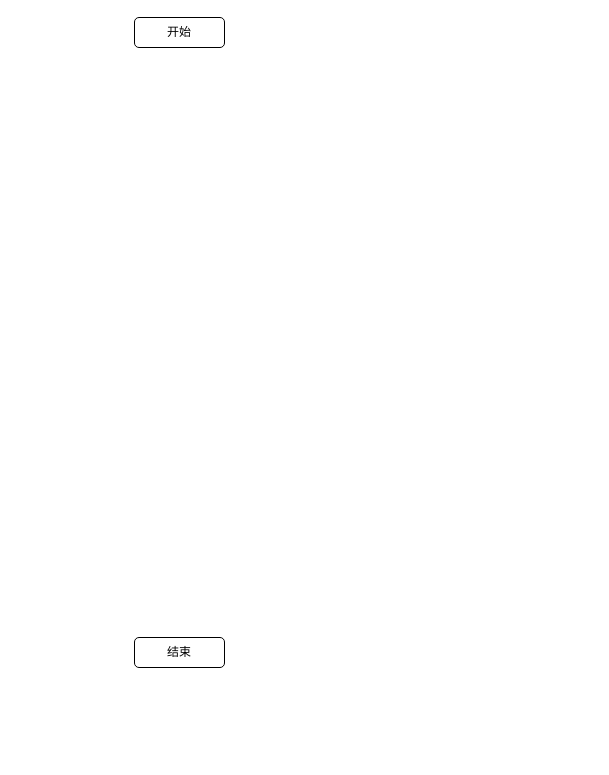
Above: page "重定位统计" (17 of 17) of localization.drawio in lyfa007/picgo (draw.io), before the change. Source tidied: cells renumbered, new cells numbered last; positions are measured from the earlier drawing's top-left corner, leaving out a move shared by most shapes. Both pictures are drawn from the tidied source at 100%, with x=0, y=0 at pixel (134, 17).
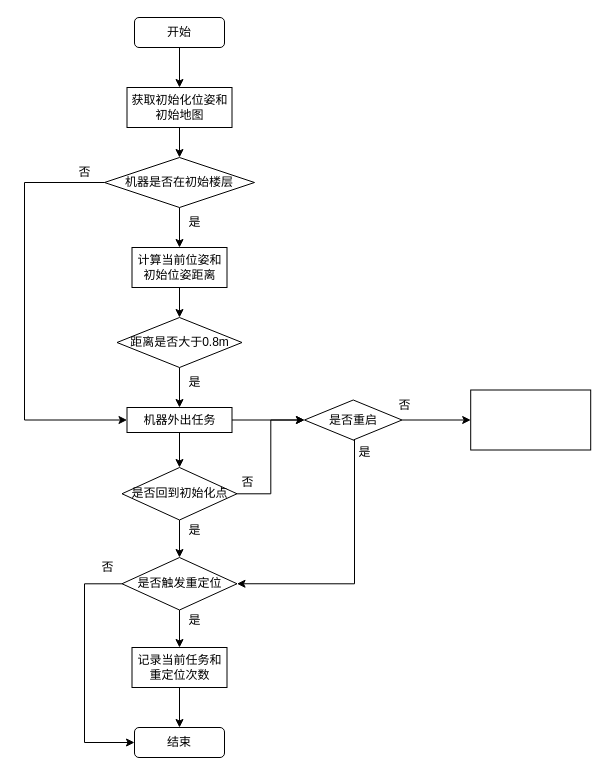
The same diagram, later.

The change refers to these unchanged cells:
```xml
<mxCell id="2" value="开始" style="rounded=1;whiteSpace=wrap;html=1;" parent="1" vertex="1">
  <mxGeometry width="90" height="30" as="geometry" />
</mxCell>
```

What changed in the source:
```diff
@@
+    <mxCell id="4" style="edgeStyle=orthogonalEdgeStyle;rounded=0;jettySize=auto;html=1;" parent="1" edge="1" source="2" target="6">
+      <mxGeometry relative="1" as="geometry" />
+    </mxCell>
@@
     <mxCell id="3" value="结束" style="rounded=1;whiteSpace=wrap;html=1;" parent="1" vertex="1">
-      <mxGeometry y="620" width="90" height="30" as="geometry" />
+      <mxGeometry y="710" width="90" height="30" as="geometry" />
     </mxCell>
+    <mxCell id="5" style="edgeStyle=orthogonalEdgeStyle;rounded=0;jettySize=auto;html=1;" parent="1" edge="1" source="6" target="9">
+      <mxGeometry relative="1" as="geometry" />
+    </mxCell>
+    <mxCell id="6" value="获取初始化位姿和初始地图" style="whiteSpace=wrap;html=1;rounded=0;" parent="1" vertex="1">
+      <mxGeometry x="-7.5" y="70" width="105" height="40" as="geometry" />
+    </mxCell>
+    <mxCell id="7" style="edgeStyle=orthogonalEdgeStyle;rounded=0;jettySize=auto;html=1;" parent="1" edge="1" source="9" target="11">
+      <mxGeometry relative="1" as="geometry" />
+    </mxCell>
+    <mxCell id="8" style="edgeStyle=orthogonalEdgeStyle;rounded=0;jettySize=auto;html=1;entryX=0;entryY=0.5;entryDx=0;entryDy=0;" parent="1" edge="1" source="9" target="17">
+      <mxGeometry relative="1" as="geometry">
+        <Array as="points">
+          <mxPoint x="-110" y="165" />
+          <mxPoint x="-110" y="403" />
+        </Array>
+      </mxGeometry>
+    </mxCell>
+    <mxCell id="9" value="机器是否在初始楼层" style="rhombus;whiteSpace=wrap;html=1;rounded=0;" parent="1" vertex="1">
+      <mxGeometry x="-30" y="140" width="150" height="50" as="geometry" />
+    </mxCell>
+    <mxCell id="10" style="edgeStyle=orthogonalEdgeStyle;rounded=0;jettySize=auto;html=1;" parent="1" edge="1" source="11" target="13">
+      <mxGeometry relative="1" as="geometry" />
+    </mxCell>
+    <mxCell id="11" value="计算当前位姿和初始位姿距离" style="whiteSpace=wrap;html=1;rounded=0;" parent="1" vertex="1">
+      <mxGeometry x="-2.5" y="230" width="95" height="40" as="geometry" />
+    </mxCell>
+    <mxCell id="12" style="edgeStyle=orthogonalEdgeStyle;rounded=0;jettySize=auto;html=1;" parent="1" edge="1" source="13" target="17">
+      <mxGeometry relative="1" as="geometry" />
+    </mxCell>
+    <mxCell id="13" value="距离是否大于0.8m" style="rhombus;whiteSpace=wrap;html=1;rounded=0;" parent="1" vertex="1">
+      <mxGeometry x="-17.5" y="300" width="125" height="50" as="geometry" />
+    </mxCell>
+    <mxCell id="14" value="是" style="text;html=1;align=center;verticalAlign=middle;strokeColor=none;fillColor=none;" parent="1" vertex="1">
+      <mxGeometry x="40" y="190" width="40" height="30" as="geometry" />
+    </mxCell>
+    <mxCell id="15" style="edgeStyle=orthogonalEdgeStyle;rounded=0;jettySize=auto;html=1;" parent="1" edge="1" source="17" target="27">
+      <mxGeometry relative="1" as="geometry" />
+    </mxCell>
+    <mxCell id="16" style="edgeStyle=orthogonalEdgeStyle;rounded=0;jettySize=auto;html=1;" parent="1" edge="1" source="17" target="33">
+      <mxGeometry relative="1" as="geometry" />
+    </mxCell>
+    <mxCell id="17" value="机器外出任务" style="whiteSpace=wrap;html=1;rounded=0;" parent="1" vertex="1">
+      <mxGeometry x="-7.5" y="390" width="105" height="25" as="geometry" />
+    </mxCell>
+    <mxCell id="18" value="是" style="text;html=1;align=center;verticalAlign=middle;strokeColor=none;fillColor=none;" parent="1" vertex="1">
+      <mxGeometry x="40" y="350" width="40" height="30" as="geometry" />
+    </mxCell>
+    <mxCell id="19" value="否" style="text;html=1;align=center;verticalAlign=middle;strokeColor=none;fillColor=none;" parent="1" vertex="1">
+      <mxGeometry x="-70" y="140" width="40" height="30" as="geometry" />
+    </mxCell>
+    <mxCell id="20" style="edgeStyle=orthogonalEdgeStyle;rounded=0;jettySize=auto;html=1;" parent="1" edge="1" source="22" target="24">
+      <mxGeometry relative="1" as="geometry" />
+    </mxCell>
+    <mxCell id="21" style="edgeStyle=orthogonalEdgeStyle;rounded=0;jettySize=auto;html=1;entryX=0;entryY=0.5;entryDx=0;entryDy=0;" parent="1" edge="1" source="22" target="3">
+      <mxGeometry relative="1" as="geometry">
+        <Array as="points">
+          <mxPoint x="-50" y="566" />
+          <mxPoint x="-50" y="725" />
+        </Array>
+      </mxGeometry>
+    </mxCell>
+    <mxCell id="22" value="是否触发重定位" style="rhombus;whiteSpace=wrap;html=1;rounded=0;" parent="1" vertex="1">
+      <mxGeometry x="-12.5" y="540" width="115" height="52.5" as="geometry" />
+    </mxCell>
+    <mxCell id="23" style="edgeStyle=orthogonalEdgeStyle;rounded=0;jettySize=auto;html=1;" parent="1" edge="1" source="24" target="3">
+      <mxGeometry relative="1" as="geometry" />
+    </mxCell>
+    <mxCell id="24" value="记录当前任务和重定位次数" style="whiteSpace=wrap;html=1;rounded=0;" parent="1" vertex="1">
+      <mxGeometry x="-2.5" y="630" width="95" height="40" as="geometry" />
+    </mxCell>
+    <mxCell id="25" style="edgeStyle=orthogonalEdgeStyle;rounded=0;jettySize=auto;html=1;" parent="1" edge="1" source="27" target="22">
+      <mxGeometry relative="1" as="geometry" />
+    </mxCell>
+    <mxCell id="26" style="edgeStyle=orthogonalEdgeStyle;rounded=0;jettySize=auto;html=1;entryX=0;entryY=0.5;entryDx=0;entryDy=0;" parent="1" edge="1" source="27" target="33">
+      <mxGeometry relative="1" as="geometry" />
+    </mxCell>
+    <mxCell id="27" value="是否回到初始化点" style="rhombus;whiteSpace=wrap;html=1;rounded=0;" parent="1" vertex="1">
+      <mxGeometry x="-12.5" y="450" width="115" height="52.5" as="geometry" />
+    </mxCell>
+    <mxCell id="28" value="是" style="text;html=1;align=center;verticalAlign=middle;strokeColor=none;fillColor=none;" parent="1" vertex="1">
+      <mxGeometry x="40" y="498" width="40" height="30" as="geometry" />
+    </mxCell>
+    <mxCell id="29" value="是" style="text;html=1;align=center;verticalAlign=middle;strokeColor=none;fillColor=none;" parent="1" vertex="1">
+      <mxGeometry x="40" y="588" width="40" height="30" as="geometry" />
+    </mxCell>
+    <mxCell id="30" value="否" style="text;html=1;align=center;verticalAlign=middle;strokeColor=none;fillColor=none;" parent="1" vertex="1">
+      <mxGeometry x="-47.5" y="535" width="40" height="30" as="geometry" />
+    </mxCell>
+    <mxCell id="31" style="edgeStyle=orthogonalEdgeStyle;rounded=0;jettySize=auto;html=1;entryX=1;entryY=0.5;entryDx=0;entryDy=0;exitX=0.5;exitY=1;exitDx=0;exitDy=0;" parent="1" edge="1" source="33" target="22">
+      <mxGeometry relative="1" as="geometry">
+        <Array as="points">
+          <mxPoint x="220" y="423" />
+          <mxPoint x="220" y="566" />
+        </Array>
+      </mxGeometry>
+    </mxCell>
+    <mxCell id="32" style="edgeStyle=orthogonalEdgeStyle;rounded=0;jettySize=auto;html=1;" parent="1" edge="1" source="33" target="36">
+      <mxGeometry relative="1" as="geometry" />
+    </mxCell>
+    <mxCell id="33" value="是否重启" style="rhombus;whiteSpace=wrap;html=1;rounded=0;" parent="1" vertex="1">
+      <mxGeometry x="170" y="382.5" width="97.5" height="40" as="geometry" />
+    </mxCell>
+    <mxCell id="34" value="否" style="text;html=1;align=center;verticalAlign=middle;strokeColor=none;fillColor=none;" parent="1" vertex="1">
+      <mxGeometry x="92.5" y="450" width="40" height="30" as="geometry" />
+    </mxCell>
+    <mxCell id="35" value="是" style="text;html=1;align=center;verticalAlign=middle;strokeColor=none;fillColor=none;" parent="1" vertex="1">
+      <mxGeometry x="210" y="420" width="40" height="30" as="geometry" />
+    </mxCell>
+    <mxCell id="36" style="whiteSpace=wrap;html=1;rounded=0;" parent="1" vertex="1">
+      <mxGeometry x="336.2" y="372.5" width="120" height="60" as="geometry" />
+    </mxCell>
+    <mxCell id="37" value="否" style="text;html=1;align=center;verticalAlign=middle;strokeColor=none;fillColor=none;" parent="1" vertex="1">
+      <mxGeometry x="250" y="372.5" width="40" height="30" as="geometry" />
+    </mxCell>
```
